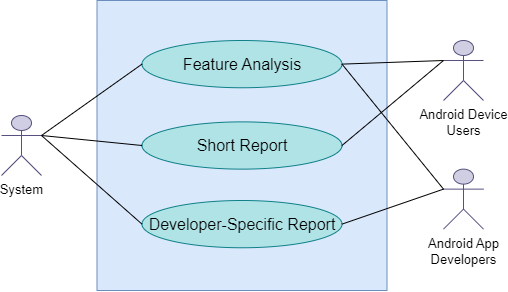
The draw.io diagram SRS/Diagrams/U-1.6.drawio.png in Shaikh1828/SPL-2, before a commit. Source tidied: cells renumbered, new cells last; positions are measured from the earlier drawing's top-left corner, leaving out a move shared by most shapes.
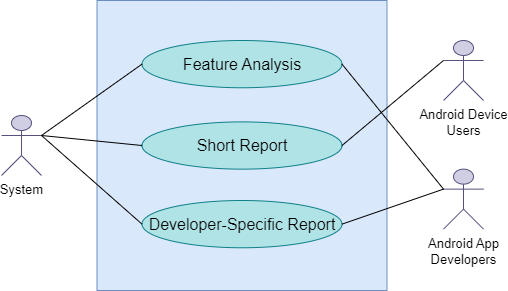
The same file after the commit.

Diff of the diagram source:
```diff
@@ -8,9 +8,6 @@
     <mxCell id="3" value="&lt;div&gt;&lt;span style=&quot;font-size: 13px;&quot;&gt;Android Device&lt;/span&gt;&lt;/div&gt;&lt;div&gt;&lt;span style=&quot;font-size: 13px;&quot;&gt;Users&lt;/span&gt;&lt;/div&gt;" style="shape=umlActor;verticalLabelPosition=bottom;verticalAlign=top;html=1;outlineConnect=0;strokeColor=#56517e;fillColor=#d0cee2;" parent="1" vertex="1">
       <mxGeometry x="442" y="40" width="40" height="60" as="geometry" />
     </mxCell>
-    <mxCell id="4" style="endArrow=none;html=1;rounded=0;entryX=0;entryY=0.3333333333333333;entryDx=0;entryDy=0;entryPerimeter=0;exitX=1;exitY=0.5;exitDx=0;exitDy=0;strokeColor=#000000;" parent="1" edge="1" source="7" target="3">
-      <mxGeometry relative="1" as="geometry" />
-    </mxCell>
     <mxCell id="5" value="&lt;font style=&quot;font-size: 13px;&quot;&gt;Android App&lt;/font&gt;&lt;div&gt;&lt;span style=&quot;font-size: 13px; background-color: initial;&quot;&gt;Developers&lt;/span&gt;&lt;/div&gt;" style="shape=umlActor;verticalLabelPosition=bottom;verticalAlign=top;html=1;outlineConnect=0;strokeColor=#56517e;fillColor=#d0cee2;" parent="1" vertex="1">
       <mxGeometry x="442" y="168.6" width="40" height="60" as="geometry" />
     </mxCell>
```
